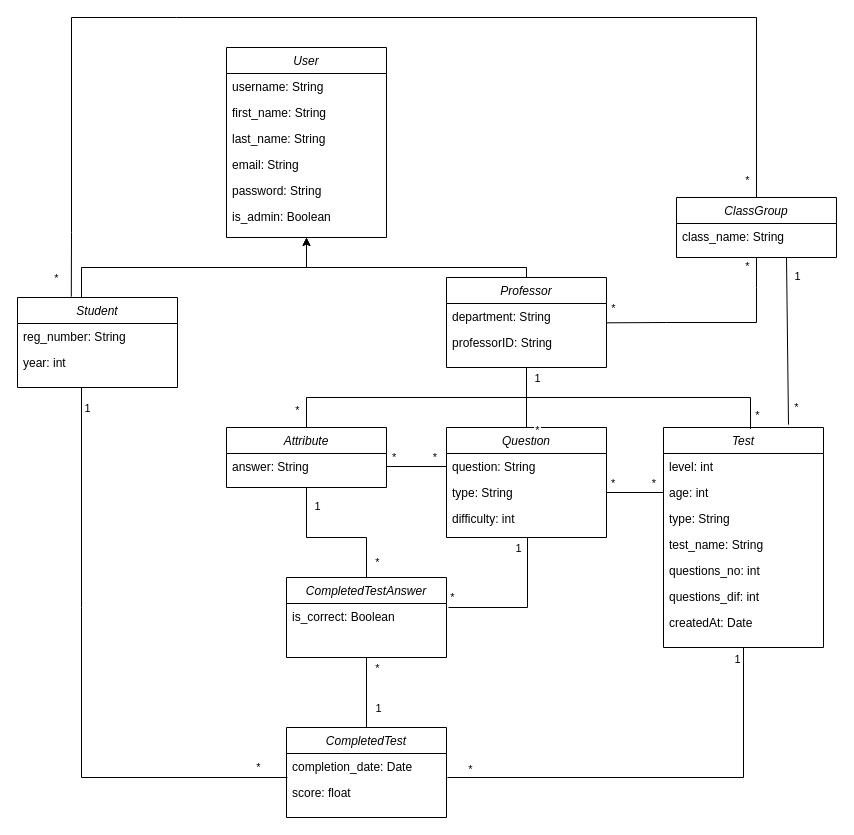
Earlier version of the draw.io diagram Class Diagram.drawio (nganaconda/lms-web). Source tidied: cells renumbered, new cells numbered last; positions are measured from the earlier drawing's top-left corner, leaving out a move shared by most shapes. Both pictures are drawn from the tidied source at 100%, with x=0, y=0 at pixel (17, 17).
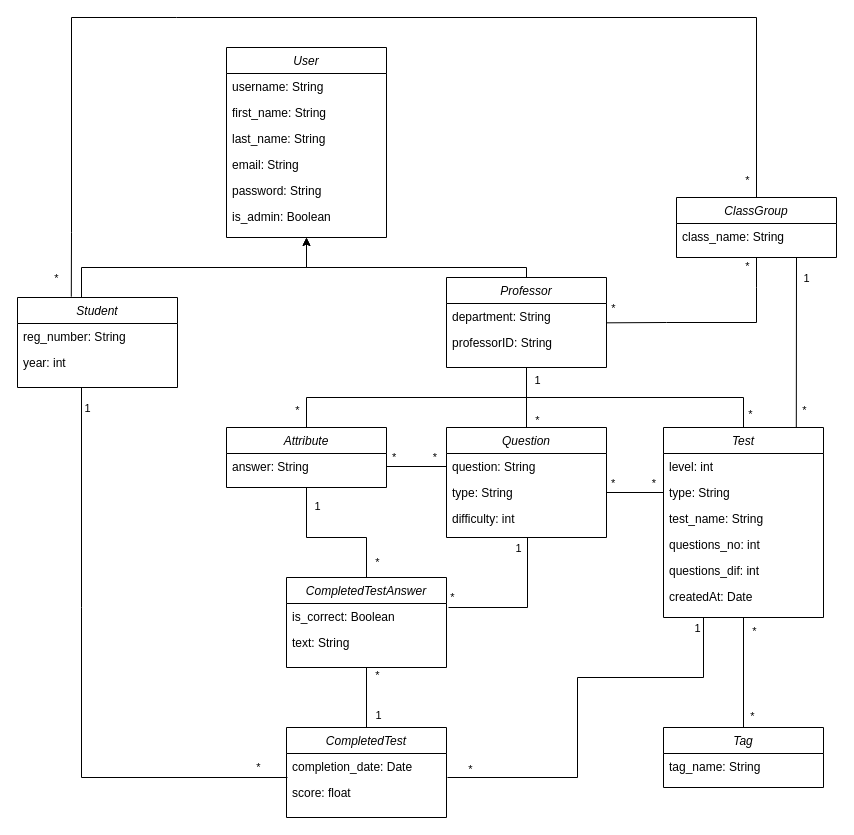
Above is the later version.

Commit message (it also covers changes not shown here):
On branch main Changes to be committed: 	modified:   Class Diagram.drawio 	new file:   Class Diagram.png 	modified:   LMS/core/__pycache__/models.cpython-38.pyc 	new file:   Tables ER Diagram.png

The change refers to these unchanged cells:
```xml
<mxCell id="15" value="type: String" style="text;align=left;verticalAlign=top;spacingLeft=4;spacingRight=4;overflow=hidden;points=[[0,0.5],[1,0.5]];portConstraint=eastwest;" parent="13" vertex="1">
  <mxGeometry y="52" width="160" height="26" as="geometry" />
</mxCell>
<mxCell id="27" style="endArrow=none;html=1;rounded=0;exitX=0.5;exitY=0;exitDx=0;exitDy=0;" parent="1" edge="1" source="13">
  <mxGeometry relative="1" as="geometry">
    <mxPoint x="509" y="360" as="targetPoint" />
    <Array as="points">
      <mxPoint x="509" y="380" />
    </Array>
  </mxGeometry>
</mxCell>
<mxCell id="36" value="completion_date: Date" style="text;align=left;verticalAlign=top;spacingLeft=4;spacingRight=4;overflow=hidden;points=[[0,0.5],[1,0.5]];portConstraint=eastwest;" parent="35" vertex="1">
  <mxGeometry y="26" width="160" height="26" as="geometry" />
</mxCell>
<mxCell id="44" value="ClassGroup" style="swimlane;fontStyle=2;align=center;verticalAlign=top;horizontal=1;startSize=26;rounded=0;shadow=0;strokeWidth=1;" parent="1" vertex="1">
  <mxGeometry x="659" y="180" width="160" height="60" as="geometry" />
</mxCell>
<mxCell id="57" style="endArrow=none;html=1;rounded=0;entryX=0.5;entryY=0;entryDx=0;entryDy=0;exitX=0.5;exitY=1;exitDx=0;exitDy=0;" parent="1" edge="1" source="55" target="35">
  <mxGeometry relative="1" as="geometry" />
</mxCell>
<mxCell id="69" value="Professor" style="swimlane;fontStyle=2;align=center;verticalAlign=top;horizontal=1;startSize=26;rounded=0;shadow=0;strokeWidth=1;" parent="1" vertex="1">
  <mxGeometry x="429" y="260" width="160" height="90" as="geometry" />
</mxCell>
```

Diff of the diagram source:
```diff
@@
     <mxCell id="17" value="Test" style="swimlane;fontStyle=2;align=center;verticalAlign=top;horizontal=1;startSize=26;rounded=0;shadow=0;strokeWidth=1;" parent="1" vertex="1">
-      <mxGeometry x="646" y="410" width="160" height="220" as="geometry" />
+      <mxGeometry x="646" y="410" width="160" height="190" as="geometry" />
     </mxCell>
@@
-    <mxCell id="19" value="age: int" style="text;align=left;verticalAlign=top;spacingLeft=4;spacingRight=4;overflow=hidden;points=[[0,0.5],[1,0.5]];portConstraint=eastwest;" parent="17" vertex="1">
-      <mxGeometry y="52" width="160" height="26" as="geometry" />
-    </mxCell>
     <mxCell id="20" value="type: String" style="text;align=left;verticalAlign=top;spacingLeft=4;spacingRight=4;overflow=hidden;" parent="17" vertex="1">
-      <mxGeometry y="78" width="160" height="26" as="geometry" />
+      <mxGeometry y="52" width="160" height="26" as="geometry" />
     </mxCell>
     <mxCell id="21" value="test_name: String" style="text;align=left;verticalAlign=top;spacingLeft=4;spacingRight=4;overflow=hidden;" parent="17" vertex="1">
-      <mxGeometry y="104" width="160" height="26" as="geometry" />
+      <mxGeometry y="78" width="160" height="26" as="geometry" />
     </mxCell>
     <mxCell id="22" value="questions_no: int" style="text;align=left;verticalAlign=top;spacingLeft=4;spacingRight=4;overflow=hidden;" parent="17" vertex="1">
-      <mxGeometry y="130" width="160" height="26" as="geometry" />
+      <mxGeometry y="104" width="160" height="26" as="geometry" />
     </mxCell>
     <mxCell id="23" value="questions_dif: int" style="text;align=left;verticalAlign=top;spacingLeft=4;spacingRight=4;overflow=hidden;" parent="17" vertex="1">
-      <mxGeometry y="156" width="160" height="26" as="geometry" />
+      <mxGeometry y="130" width="160" height="26" as="geometry" />
     </mxCell>
     <mxCell id="24" value="createdAt: Date" style="text;align=left;verticalAlign=top;spacingLeft=4;spacingRight=4;overflow=hidden;" parent="17" vertex="1">
-      <mxGeometry y="182" width="160" height="26" as="geometry" />
+      <mxGeometry y="156" width="160" height="26" as="geometry" />
     </mxCell>
@@
-    <mxCell id="28" value="1&lt;div&gt;&lt;br&gt;&lt;/div&gt;&lt;div&gt;&lt;br&gt;&lt;/div&gt;&lt;div&gt;&lt;br&gt;&lt;/div&gt;&lt;div&gt;*&lt;/div&gt;" style="edgeLabel;html=1;align=center;verticalAlign=middle;" parent="27" vertex="1">
+    <mxCell id="28" value="1&lt;div&gt;&lt;br&gt;&lt;/div&gt;&lt;div&gt;&lt;br&gt;&lt;/div&gt;&lt;div&gt;*&lt;/div&gt;" style="edgeLabel;html=1;align=center;verticalAlign=middle;" parent="27" vertex="1">
       <mxGeometry x="-0.01" y="-2" relative="1" as="geometry">
-        <mxPoint x="8" y="1" as="offset" />
+        <mxPoint x="8" y="-3" as="offset" />
       </mxGeometry>
     </mxCell>
-    <mxCell id="29" style="endArrow=none;html=1;rounded=0;exitX=0.544;exitY=0.006;exitDx=0;exitDy=0;exitPerimeter=0;entryX=0.5;entryY=1;entryDx=0;entryDy=0;" parent="1" edge="1" source="17" target="69">
+    <mxCell id="29" style="endArrow=none;html=1;rounded=0;exitX=0.5;exitY=0;exitDx=0;exitDy=0;entryX=0.5;entryY=1;entryDx=0;entryDy=0;" parent="1" edge="1" source="17" target="69">
       <mxGeometry relative="1" as="geometry">
         <Array as="points">
-          <mxPoint x="733" y="380" />
+          <mxPoint x="726" y="380" />
           <mxPoint x="509" y="380" />
         </Array>
       </mxGeometry>
     </mxCell>
@@
-    <mxCell id="31" style="endArrow=none;html=1;rounded=0;entryX=0;entryY=0.5;entryDx=0;entryDy=0;exitX=1;exitY=0.5;exitDx=0;exitDy=0;" parent="1" edge="1" source="15" target="19">
-      <mxGeometry relative="1" as="geometry" />
+    <mxCell id="31" style="endArrow=none;html=1;rounded=0;entryX=0;entryY=0.5;entryDx=0;entryDy=0;exitX=1;exitY=0.5;exitDx=0;exitDy=0;" parent="1" edge="1" source="15">
+      <mxGeometry relative="1" as="geometry">
+        <mxPoint x="646" y="475" as="targetPoint" />
+      </mxGeometry>
     </mxCell>
@@
-    <mxCell id="41" style="endArrow=none;html=1;rounded=0;entryX=1.006;entryY=0.923;entryDx=0;entryDy=0;entryPerimeter=0;exitX=0.5;exitY=1;exitDx=0;exitDy=0;" parent="1" edge="1" source="17" target="36">
+    <mxCell id="41" style="endArrow=none;html=1;rounded=0;entryX=1.006;entryY=0.923;entryDx=0;entryDy=0;entryPerimeter=0;exitX=0.25;exitY=1;exitDx=0;exitDy=0;" parent="1" edge="1" source="17" target="36">
       <mxGeometry relative="1" as="geometry">
         <Array as="points">
-          <mxPoint x="726" y="760" />
+          <mxPoint x="686" y="660" />
+          <mxPoint x="560" y="660" />
+          <mxPoint x="560" y="760" />
         </Array>
       </mxGeometry>
     </mxCell>
@@
-    <mxCell id="52" style="endArrow=none;html=1;rounded=0;exitX=0.75;exitY=1;exitDx=0;exitDy=0;entryX=0.844;entryY=-0.018;entryDx=0;entryDy=0;entryPerimeter=0;" parent="1" edge="1">
-      <mxGeometry relative="1" as="geometry">
-        <mxPoint x="769" y="240" as="sourcePoint" />
-        <mxPoint x="771" y="407.1" as="targetPoint" />
-      </mxGeometry>
+    <mxCell id="52" style="endArrow=none;html=1;rounded=0;entryX=0.83;entryY=0.001;entryDx=0;entryDy=0;exitX=0.75;exitY=1;exitDx=0;exitDy=0;entryPerimeter=0;" parent="1" edge="1" source="44" target="17">
+      <mxGeometry relative="1" as="geometry" />
     </mxCell>
@@
     <mxCell id="55" value="CompletedTestAnswer" style="swimlane;fontStyle=2;align=center;verticalAlign=top;horizontal=1;startSize=26;rounded=0;shadow=0;strokeWidth=1;" parent="1" vertex="1">
-      <mxGeometry x="269" y="560" width="160" height="80" as="geometry" />
+      <mxGeometry x="269" y="560" width="160" height="90" as="geometry" />
     </mxCell>
@@
+    <mxCell id="72" value="text: String" style="text;align=left;verticalAlign=top;spacingLeft=4;spacingRight=4;overflow=hidden;" parent="55" vertex="1">
+      <mxGeometry y="52" width="160" height="26" as="geometry" />
+    </mxCell>
@@
     <mxCell id="59" value="*" style="edgeLabel;html=1;align=center;verticalAlign=middle;" parent="57" vertex="1">
       <mxGeometry x="0.6" y="2" relative="1" as="geometry">
-        <mxPoint x="8" y="-46" as="offset" />
+        <mxPoint x="8" y="-41" as="offset" />
       </mxGeometry>
     </mxCell>
@@
+    <mxCell id="73" value="Tag" style="swimlane;fontStyle=2;align=center;verticalAlign=top;horizontal=1;startSize=26;rounded=0;shadow=0;strokeWidth=1;" parent="1" vertex="1">
+      <mxGeometry x="646" y="710" width="160" height="60" as="geometry" />
+    </mxCell>
+    <mxCell id="74" value="tag_name: String" style="text;align=left;verticalAlign=top;spacingLeft=4;spacingRight=4;overflow=hidden;" parent="73" vertex="1">
+      <mxGeometry y="26" width="160" height="26" as="geometry" />
+    </mxCell>
+    <mxCell id="75" style="endArrow=none;html=1;rounded=0;entryX=0.5;entryY=0;entryDx=0;entryDy=0;exitX=0.5;exitY=1;exitDx=0;exitDy=0;" parent="1" edge="1" source="17" target="73">
+      <mxGeometry relative="1" as="geometry" />
+    </mxCell>
+    <mxCell id="76" value="*" style="edgeLabel;html=1;align=center;verticalAlign=middle;" parent="75" vertex="1">
+      <mxGeometry x="-0.77" y="2" relative="1" as="geometry">
+        <mxPoint x="8" as="offset" />
+      </mxGeometry>
+    </mxCell>
+    <mxCell id="77" value="*" style="edgeLabel;html=1;align=center;verticalAlign=middle;" parent="75" vertex="1">
+      <mxGeometry x="0.79" y="3" relative="1" as="geometry">
+        <mxPoint x="5" as="offset" />
+      </mxGeometry>
+    </mxCell>
```
